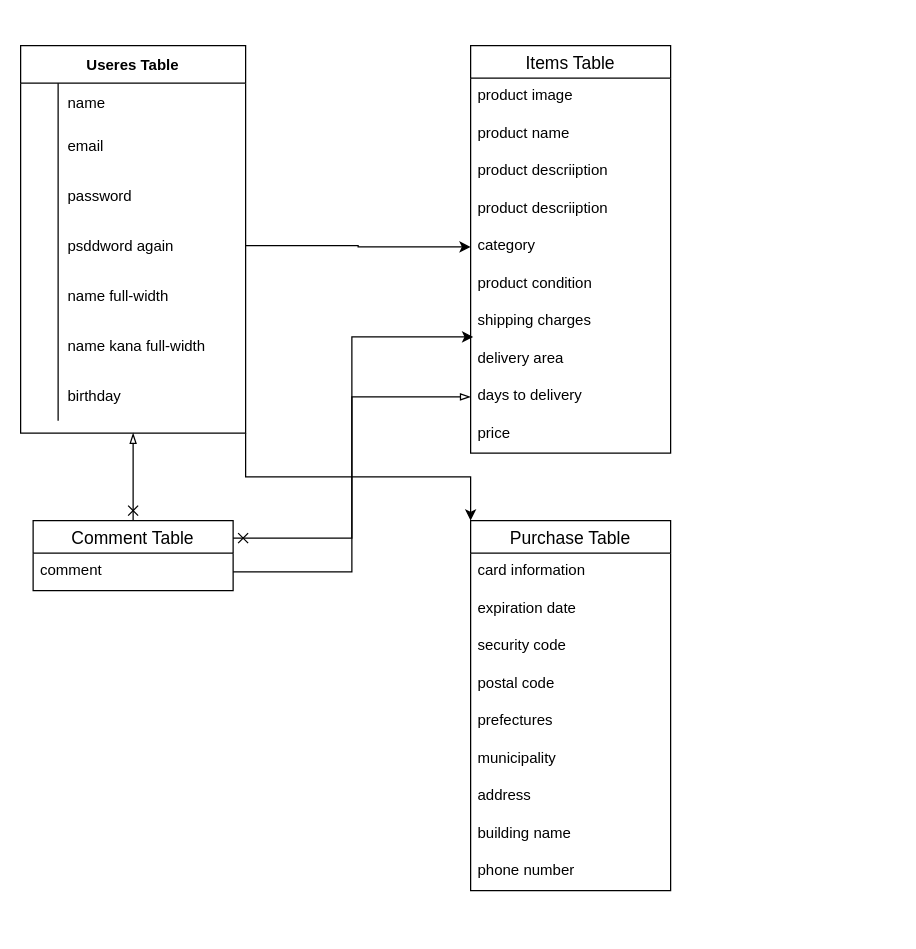
This is furima.dio from suzukimasatoshi-div/furima-35144, a draw.io file, before an edit. Source tidied: cells renumbered, new cells numbered last; positions are measured from the earlier drawing's top-left corner, leaving out a move shared by most shapes. Both pictures are drawn from the tidied source at 125%, with x=0, y=0 at pixel (20, 45).
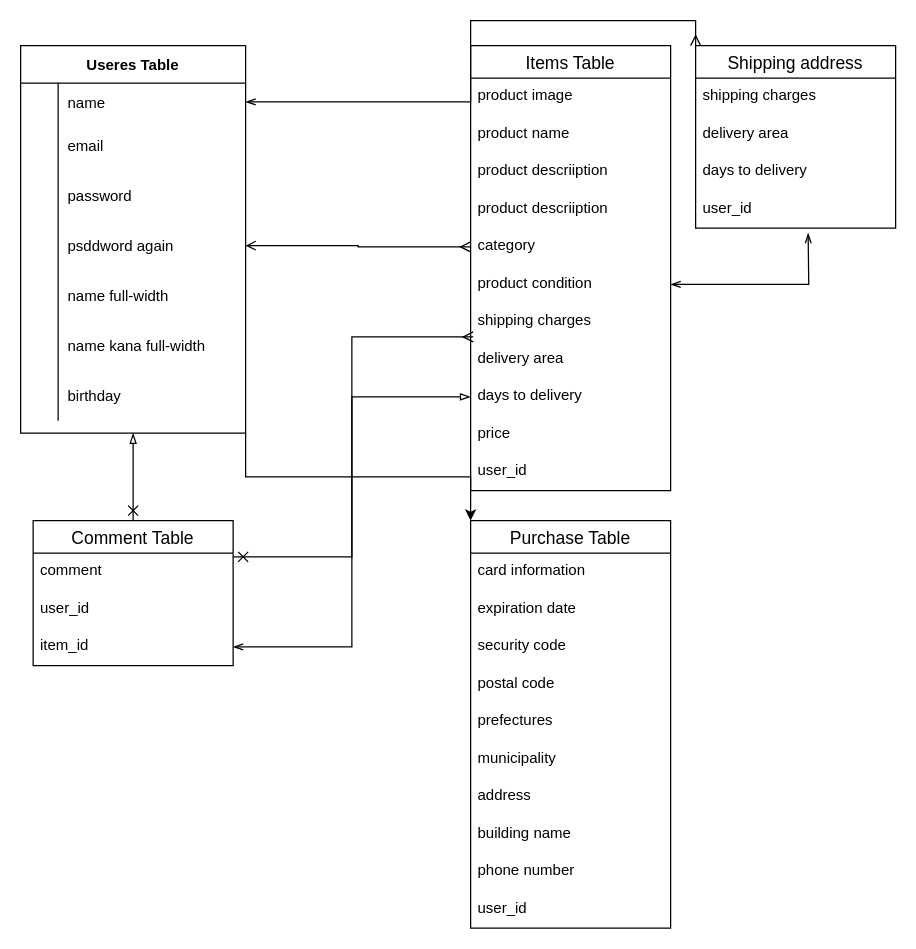
After the change.

Commit message (it also covers changes not shown here):
リードーミー　修正

The change refers to these unchanged cells:
```xml
<mxCell id="5" style="shape=partialRectangle;fillColor=none;top=0;left=0;bottom=0;right=0;points=[[0,0.5],[1,0.5]];portConstraint=eastwest;" parent="4" vertex="1">
  <mxGeometry y="30" width="180" height="30" as="geometry" />
</mxCell>
<mxCell id="14" style="shape=partialRectangle;fillColor=none;top=0;left=0;bottom=0;right=0;points=[[0,0.5],[1,0.5]];portConstraint=eastwest;" parent="4" vertex="1">
  <mxGeometry y="140" width="180" height="40" as="geometry" />
</mxCell>
<mxCell id="31" value="category" style="text;strokeColor=none;fillColor=none;spacingLeft=4;spacingRight=4;overflow=hidden;points=[[0,0.5],[1,0.5]];portConstraint=eastwest;fontSize=12;" parent="26" vertex="1">
  <mxGeometry y="146" width="160" height="30" as="geometry" />
</mxCell>
<mxCell id="32" value="product condition" style="text;strokeColor=none;fillColor=none;spacingLeft=4;spacingRight=4;overflow=hidden;points=[[0,0.5],[1,0.5]];portConstraint=eastwest;fontSize=12;" parent="26" vertex="1">
  <mxGeometry y="176" width="160" height="30" as="geometry" />
</mxCell>
<mxCell id="34" value="delivery area" style="text;strokeColor=none;fillColor=none;spacingLeft=4;spacingRight=4;overflow=hidden;points=[[0,0.5],[1,0.5]];portConstraint=eastwest;fontSize=12;" parent="26" vertex="1">
  <mxGeometry y="236" width="160" height="30" as="geometry" />
</mxCell>
```

What changed in the source:
```diff
@@
     <mxCell id="26" value="Items Table" style="swimlane;fontStyle=0;horizontal=1;startSize=26;align=center;fontSize=14;" parent="1" vertex="1">
-      <mxGeometry x="360" width="160" height="326" as="geometry" />
+      <mxGeometry x="360" width="160" height="356" as="geometry" />
     </mxCell>
@@
+    <mxCell id="52" value="user_id " style="text;strokeColor=none;fillColor=none;spacingLeft=4;spacingRight=4;overflow=hidden;fontSize=12;" parent="26" vertex="1">
+      <mxGeometry y="326" width="160" height="30" as="geometry" />
+    </mxCell>
     <mxCell id="37" value="Comment Table" style="swimlane;fontStyle=0;horizontal=1;startSize=26;align=center;fontSize=14;" parent="1" vertex="1">
-      <mxGeometry x="10" y="380" width="160" height="56" as="geometry" />
+      <mxGeometry x="10" y="380" width="160" height="116" as="geometry" />
     </mxCell>
+    <mxCell id="53" value="comment" style="text;strokeColor=none;fillColor=none;spacingLeft=4;spacingRight=4;overflow=hidden;fontSize=12;" parent="37" vertex="1">
+      <mxGeometry y="26" width="160" height="30" as="geometry" />
+    </mxCell>
+    <mxCell id="54" value="user_id" style="text;strokeColor=none;fillColor=none;spacingLeft=4;spacingRight=4;overflow=hidden;fontSize=12;" parent="37" vertex="1">
+      <mxGeometry y="56" width="160" height="30" as="geometry" />
+    </mxCell>
-    <mxCell id="38" value="comment" style="text;strokeColor=none;fillColor=none;spacingLeft=4;spacingRight=4;overflow=hidden;points=[[0,0.5],[1,0.5]];portConstraint=eastwest;fontSize=12;" parent="37" vertex="1">
-      <mxGeometry y="26" width="160" height="30" as="geometry" />
+    <mxCell id="38" value="item_id " style="text;strokeColor=none;fillColor=none;spacingLeft=4;spacingRight=4;overflow=hidden;points=[[0,0.5],[1,0.5]];portConstraint=eastwest;fontSize=12;" parent="37" vertex="1">
+      <mxGeometry y="86" width="160" height="30" as="geometry" />
     </mxCell>
     <mxCell id="39" value="Purchase Table" style="swimlane;fontStyle=0;horizontal=1;startSize=26;align=center;fontSize=14;" parent="1" vertex="1">
-      <mxGeometry x="360" y="380" width="160" height="296" as="geometry" />
+      <mxGeometry x="360" y="380" width="160" height="326" as="geometry" />
     </mxCell>
@@
+    <mxCell id="55" value="user_id " style="text;strokeColor=none;fillColor=none;spacingLeft=4;spacingRight=4;overflow=hidden;fontSize=12;" parent="39" vertex="1">
+      <mxGeometry y="296" width="160" height="30" as="geometry" />
+    </mxCell>
-    <mxCell id="49" style="edgeStyle=orthogonalEdgeStyle;rounded=0;jettySize=auto;html=1;exitX=1;exitY=0.5;exitDx=0;exitDy=0;entryX=0;entryY=0.5;entryDx=0;entryDy=0;" parent="1" edge="1" source="14" target="31">
+    <mxCell id="49" style="edgeStyle=orthogonalEdgeStyle;rounded=0;jettySize=auto;html=1;exitX=1;exitY=0.5;exitDx=0;exitDy=0;entryX=0;entryY=0.5;entryDx=0;entryDy=0;endArrow=ERmany;endFill=0;startArrow=open;startFill=0;" parent="1" edge="1" source="14" target="31">
       <mxGeometry relative="1" as="geometry" />
     </mxCell>
-    <mxCell id="50" style="edgeStyle=orthogonalEdgeStyle;rounded=0;jettySize=auto;html=1;exitX=1;exitY=0.5;exitDx=0;exitDy=0;entryX=0.013;entryY=-0.1;entryDx=0;entryDy=0;entryPerimeter=0;" parent="1" edge="1" source="38" target="34">
+    <mxCell id="50" style="edgeStyle=orthogonalEdgeStyle;rounded=0;jettySize=auto;html=1;exitX=1;exitY=0.5;exitDx=0;exitDy=0;entryX=0.013;entryY=-0.1;entryDx=0;entryDy=0;entryPerimeter=0;startArrow=openThin;startFill=0;endArrow=ERmany;endFill=0;" parent="1" edge="1" source="38" target="34">
       <mxGeometry relative="1" as="geometry" />
     </mxCell>
@@
+    <mxCell id="56" value="Shipping address" style="swimlane;fontStyle=0;horizontal=1;startSize=26;align=center;fontSize=14;" parent="1" vertex="1">
+      <mxGeometry x="540" width="160" height="146" as="geometry" />
+    </mxCell>
+    <mxCell id="57" value=" shipping charges " style="text;strokeColor=none;fillColor=none;spacingLeft=4;spacingRight=4;overflow=hidden;fontSize=12;" parent="56" vertex="1">
+      <mxGeometry y="26" width="160" height="30" as="geometry" />
+    </mxCell>
+    <mxCell id="58" value="delivery area " style="text;strokeColor=none;fillColor=none;spacingLeft=4;spacingRight=4;overflow=hidden;fontSize=12;" parent="56" vertex="1">
+      <mxGeometry y="56" width="160" height="30" as="geometry" />
+    </mxCell>
+    <mxCell id="59" value="days to delivery " style="text;strokeColor=none;fillColor=none;spacingLeft=4;spacingRight=4;overflow=hidden;fontSize=12;" parent="56" vertex="1">
+      <mxGeometry y="86" width="160" height="30" as="geometry" />
+    </mxCell>
+    <mxCell id="60" value="user_id" style="text;strokeColor=none;fillColor=none;spacingLeft=4;spacingRight=4;overflow=hidden;fontSize=12;" parent="56" vertex="1">
+      <mxGeometry y="116" width="160" height="30" as="geometry" />
+    </mxCell>
+    <mxCell id="61" style="edgeStyle=orthogonalEdgeStyle;rounded=0;jettySize=auto;html=1;exitX=1;exitY=0.5;exitDx=0;exitDy=0;entryX=0;entryY=0;entryDx=0;entryDy=0;startArrow=openThin;startFill=0;endArrow=ERmany;endFill=0;" parent="1" edge="1" source="5" target="56">
+      <mxGeometry relative="1" as="geometry" />
+    </mxCell>
+    <mxCell id="62" style="edgeStyle=orthogonalEdgeStyle;rounded=0;jettySize=auto;html=1;exitX=1;exitY=0.5;exitDx=0;exitDy=0;startArrow=openThin;startFill=0;endArrow=openThin;endFill=0;" parent="1" edge="1" source="32">
+      <mxGeometry relative="1" as="geometry">
+        <mxPoint x="630" y="150" as="targetPoint" />
+      </mxGeometry>
+    </mxCell>
```
